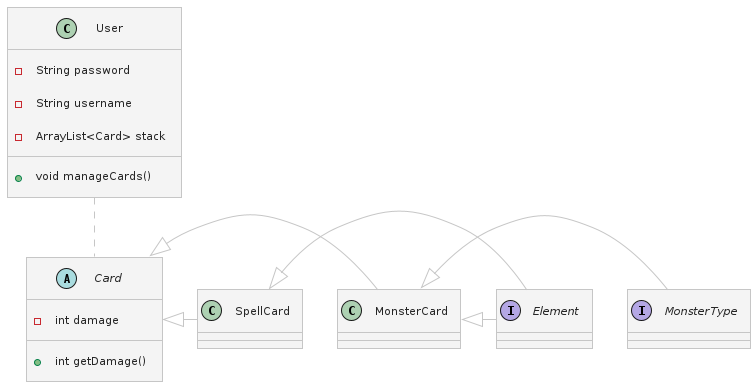
Earlier version of the PlantUML export documentation/mtcg.png (skyler544/mtcg).
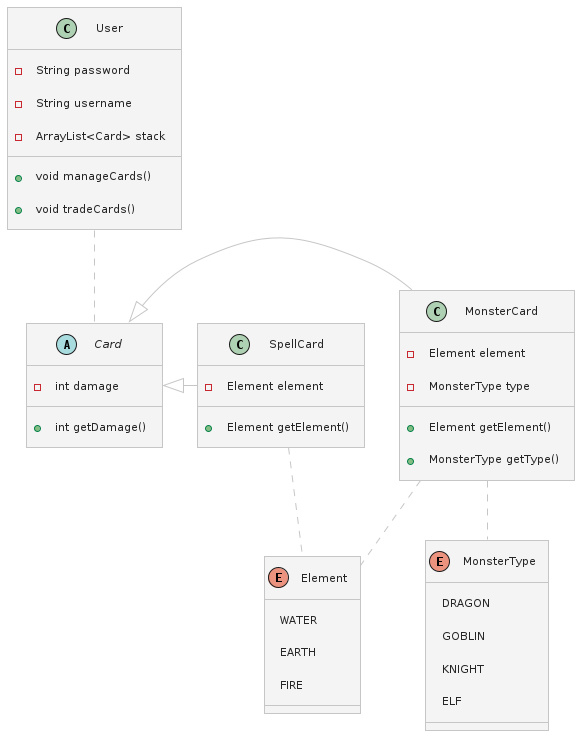
The same file after the commit.

Commit message:
change implementation plan to use enums

What changed in the source:
```diff
@@ -7,6 +7,7 @@
         - ArrayList<Card> stack
 
         + void manageCards()
+        + void tradeCards()
 }
 
 User .. Card
@@ -15,20 +16,40 @@
         - int damage
 
         + int getDamage()
+
 }
 
-class MonsterCard {}
-class SpellCard {}
+enum MonsterType {
+        DRAGON
+        GOBLIN
+        KNIGHT
+        ELF
+}
+enum Element {
+        WATER
+        EARTH
+        FIRE
+}
+
+class MonsterCard {
+        - Element element
+        - MonsterType type
+
+        + Element getElement()
+        + MonsterType getType()
+}
+class SpellCard {
+        - Element element
+
+        + Element getElement()
+}
 
 Card <|- MonsterCard
 Card <|- SpellCard
 
-MonsterCard <|- MonsterType
-MonsterCard <|- Element
+MonsterCard .. MonsterType
+MonsterCard .. Element
 
-SpellCard <|- Element
-
-interface MonsterType {}
-interface Element {}
+SpellCard .. Element
 
 @enduml
```
